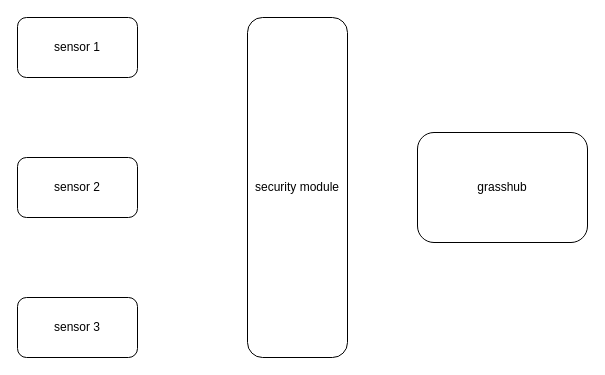
The draw.io diagram Untitled Diagram.drawio in mailhariacs/greengrass, before the edit. Source tidied: cells renumbered, new cells numbered last; positions are measured from the earlier drawing's top-left corner, leaving out a move shared by most shapes. Both pictures are drawn from the tidied source at 100%, with x=0, y=0 at pixel (17, 17).
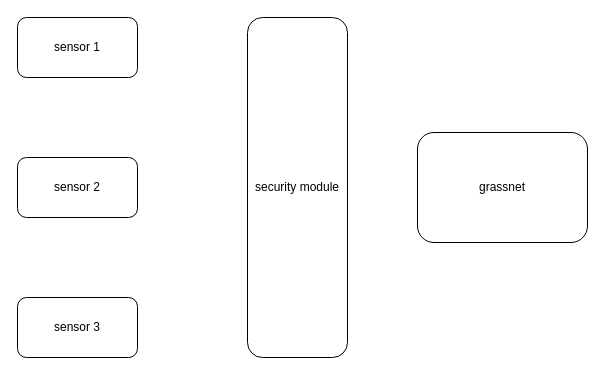
Above is the later version.

What changed in the source:
```diff
@@
 <mxGraphModel>
   <root>
     <mxCell id="0" />
     <mxCell id="1" parent="0" />
-    <mxCell id="2" value="grasshub" style="rounded=1;whiteSpace=wrap;html=1;" parent="1" vertex="1">
+    <mxCell id="2" value="grassnet" style="rounded=1;whiteSpace=wrap;html=1;" parent="1" vertex="1">
       <mxGeometry x="400" y="115" width="170" height="110" as="geometry" />
     </mxCell>
     <mxCell id="3" value="sensor 1" style="rounded=1;whiteSpace=wrap;html=1;" parent="1" vertex="1">
       <mxGeometry width="120" height="60" as="geometry" />
     </mxCell>
     <mxCell id="4" value="sensor 2" style="rounded=1;whiteSpace=wrap;html=1;" parent="1" vertex="1">
       <mxGeometry y="140" width="120" height="60" as="geometry" />
     </mxCell>
     <mxCell id="5" value="sensor 3" style="rounded=1;whiteSpace=wrap;html=1;" parent="1" vertex="1">
       <mxGeometry y="280" width="120" height="60" as="geometry" />
     </mxCell>
     <mxCell id="6" value="security module" style="rounded=1;whiteSpace=wrap;html=1;" parent="1" vertex="1">
       <mxGeometry x="230" width="100" height="340" as="geometry" />
     </mxCell>
   </root>
 </mxGraphModel>
```
